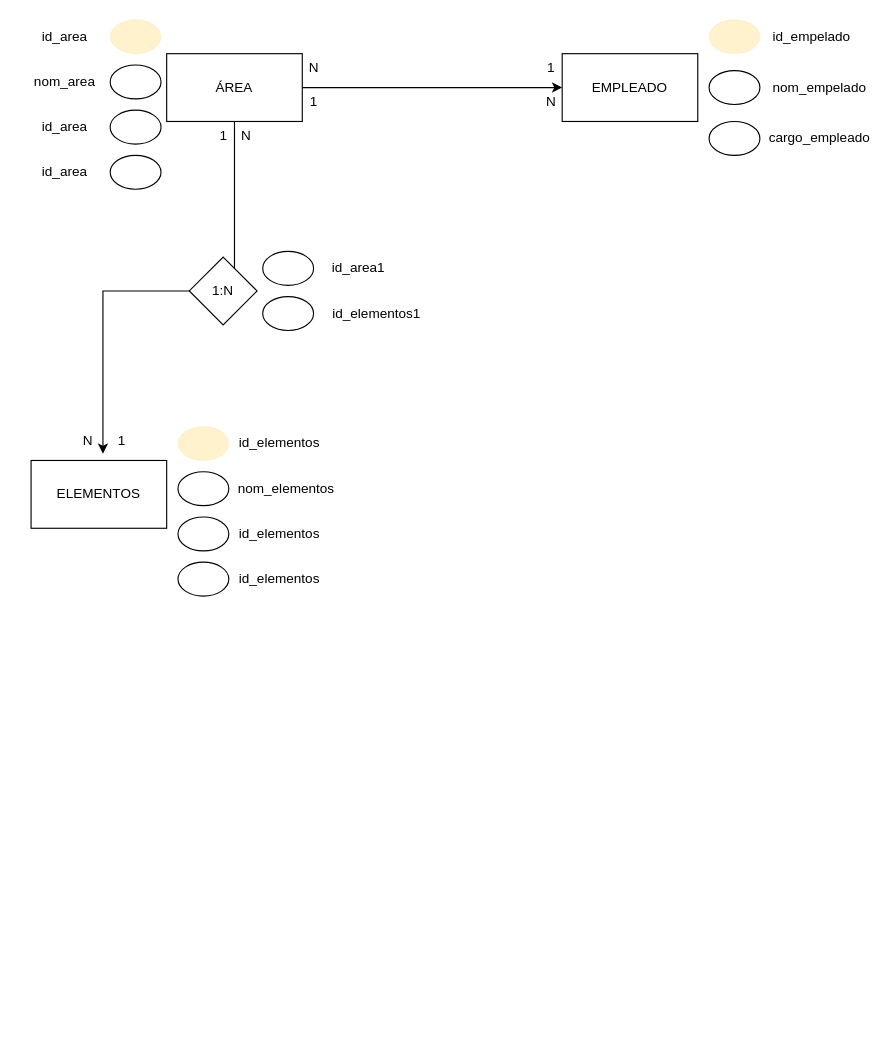
This is Diagrama de Incio.drawio from Anacon4/Home, a draw.io file, before an edit. Source tidied: cells renumbered, new cells numbered last; positions are measured from the earlier drawing's top-left corner, leaving out a move shared by most shapes. Both pictures are drawn from the tidied source at 113%, with x=0, y=0 at pixel (19, 19).
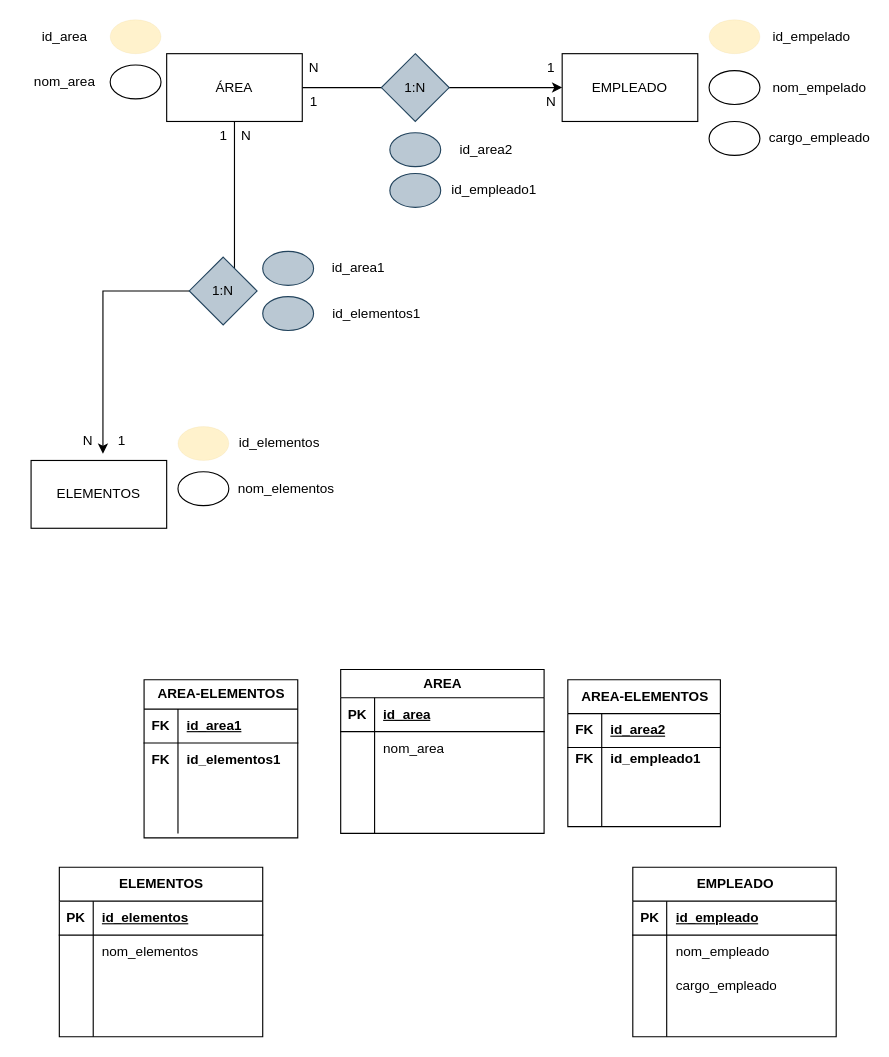
The same page after the edit.

Change to the diagram source:
```diff
@@
-    <mxCell id="19" style="ellipse;whiteSpace=wrap;html=1;strokeWidth=1;" parent="1" vertex="1">
-      <mxGeometry x="80" y="80" width="45" height="30" as="geometry" />
-    </mxCell>
-    <mxCell id="20" value="id_area" style="text;html=1;strokeColor=none;fillColor=none;align=center;verticalAlign=middle;whiteSpace=wrap;rounded=0;" parent="1" vertex="1">
-      <mxGeometry y="80" width="80" height="30" as="geometry" />
-    </mxCell>
-    <mxCell id="21" style="ellipse;whiteSpace=wrap;html=1;strokeWidth=1;" parent="1" vertex="1">
-      <mxGeometry x="80" y="120" width="45" height="30" as="geometry" />
-    </mxCell>
-    <mxCell id="22" value="id_area" style="text;html=1;strokeColor=none;fillColor=none;align=center;verticalAlign=middle;whiteSpace=wrap;rounded=0;" parent="1" vertex="1">
-      <mxGeometry y="120" width="80" height="30" as="geometry" />
-    </mxCell>
@@
-    <mxCell id="25" style="ellipse;whiteSpace=wrap;html=1;strokeWidth=1;" parent="1" vertex="1">
-      <mxGeometry x="140" y="440" width="45" height="30" as="geometry" />
-    </mxCell>
-    <mxCell id="26" value="id_elementos" style="text;html=1;strokeColor=none;fillColor=none;align=center;verticalAlign=middle;whiteSpace=wrap;rounded=0;" parent="1" vertex="1">
-      <mxGeometry x="190" y="440" width="80" height="30" as="geometry" />
-    </mxCell>
-    <mxCell id="27" style="ellipse;whiteSpace=wrap;html=1;strokeWidth=1;" parent="1" vertex="1">
-      <mxGeometry x="140" y="480" width="45" height="30" as="geometry" />
-    </mxCell>
-    <mxCell id="28" value="id_elementos" style="text;html=1;strokeColor=none;fillColor=none;align=center;verticalAlign=middle;whiteSpace=wrap;rounded=0;" parent="1" vertex="1">
-      <mxGeometry x="190" y="480" width="80" height="30" as="geometry" />
-    </mxCell>
@@
-    <mxCell id="37" value="1:N" style="rhombus;whiteSpace=wrap;html=1;" parent="1" vertex="1">
+    <mxCell id="37" value="1:N" style="rhombus;whiteSpace=wrap;html=1;fillColor=#bac8d3;strokeColor=#23445d;" parent="1" vertex="1">
       <mxGeometry x="150" y="210" width="60" height="60" as="geometry" />
     </mxCell>
-    <mxCell id="38" style="ellipse;whiteSpace=wrap;html=1;strokeWidth=1;" parent="1" vertex="1">
+    <mxCell id="38" style="ellipse;whiteSpace=wrap;html=1;strokeWidth=1;fillColor=#bac8d3;strokeColor=#23445d;" parent="1" vertex="1">
       <mxGeometry x="215" y="205" width="45" height="30" as="geometry" />
     </mxCell>
-    <mxCell id="39" style="ellipse;whiteSpace=wrap;html=1;strokeWidth=1;" parent="1" vertex="1">
+    <mxCell id="39" style="ellipse;whiteSpace=wrap;html=1;strokeWidth=1;fillColor=#bac8d3;strokeColor=#23445d;" parent="1" vertex="1">
       <mxGeometry x="215" y="245" width="45" height="30" as="geometry" />
     </mxCell>
@@
+    <mxCell id="42" value="1:N" style="rhombus;whiteSpace=wrap;html=1;fillColor=#bac8d3;strokeColor=#23445d;" parent="1" vertex="1">
+      <mxGeometry x="320" y="30" width="60" height="60" as="geometry" />
+    </mxCell>
+    <mxCell id="43" style="ellipse;whiteSpace=wrap;html=1;strokeWidth=1;fillColor=#bac8d3;strokeColor=#23445d;" parent="1" vertex="1">
+      <mxGeometry x="327.5" y="100" width="45" height="30" as="geometry" />
+    </mxCell>
+    <mxCell id="44" value="id_area2" style="text;html=1;strokeColor=none;fillColor=none;align=center;verticalAlign=middle;whiteSpace=wrap;rounded=0;" parent="1" vertex="1">
+      <mxGeometry x="372.5" y="100" width="80" height="30" as="geometry" />
+    </mxCell>
+    <mxCell id="45" style="ellipse;whiteSpace=wrap;html=1;strokeWidth=1;fillColor=#bac8d3;strokeColor=#23445d;" parent="1" vertex="1">
+      <mxGeometry x="327.5" y="136" width="45" height="30" as="geometry" />
+    </mxCell>
+    <mxCell id="46" value="id_empleado1" style="text;html=1;strokeColor=none;fillColor=none;align=center;verticalAlign=middle;whiteSpace=wrap;rounded=0;" parent="1" vertex="1">
+      <mxGeometry x="380" y="136" width="80" height="30" as="geometry" />
+    </mxCell>
+    <mxCell id="47" value="ELEMENTOS" style="shape=table;startSize=30;childLayout=tableLayout;rowLines=0;fontStyle=1;align=center;html=1;" parent="1" vertex="1">
+      <mxGeometry x="35" y="750" width="180" height="150" as="geometry" />
+    </mxCell>
+    <mxCell id="48" style="shape=tableRow;horizontal=0;startSize=0;swimlaneHead=0;swimlaneBody=0;fillColor=none;top=0;left=0;right=0;bottom=1;" parent="47" vertex="1">
+      <mxGeometry y="30" width="180" height="30" as="geometry" />
+    </mxCell>
+    <mxCell id="49" value="PK" style="shape=partialRectangle;fillColor=none;top=0;left=0;bottom=0;right=0;fontStyle=1;overflow=hidden;whiteSpace=wrap;html=1;" parent="48" vertex="1">
+      <mxGeometry width="30" height="30" as="geometry" />
+    </mxCell>
+    <mxCell id="50" value="id_elementos" style="shape=partialRectangle;fillColor=none;top=0;left=0;bottom=0;right=0;align=left;spacingLeft=6;fontStyle=5;overflow=hidden;whiteSpace=wrap;html=1;" parent="48" vertex="1">
+      <mxGeometry x="30" width="150" height="30" as="geometry" />
+    </mxCell>
+    <mxCell id="51" style="shape=tableRow;horizontal=0;startSize=0;swimlaneHead=0;swimlaneBody=0;fillColor=none;top=0;left=0;right=0;bottom=0;" parent="47" vertex="1">
+      <mxGeometry y="60" width="180" height="30" as="geometry" />
+    </mxCell>
+    <mxCell id="52" style="shape=partialRectangle;fillColor=none;top=0;left=0;bottom=0;right=0;overflow=hidden;whiteSpace=wrap;html=1;" parent="51" vertex="1">
+      <mxGeometry width="30" height="30" as="geometry" />
+    </mxCell>
+    <mxCell id="53" value="nom_elementos" style="shape=partialRectangle;fillColor=none;top=0;left=0;bottom=0;right=0;align=left;spacingLeft=6;overflow=hidden;whiteSpace=wrap;html=1;" parent="51" vertex="1">
+      <mxGeometry x="30" width="150" height="30" as="geometry" />
+    </mxCell>
+    <mxCell id="54" style="shape=tableRow;horizontal=0;startSize=0;swimlaneHead=0;swimlaneBody=0;fillColor=none;top=0;left=0;right=0;bottom=0;" parent="47" vertex="1">
+      <mxGeometry y="90" width="180" height="30" as="geometry" />
+    </mxCell>
+    <mxCell id="55" style="shape=partialRectangle;fillColor=none;top=0;left=0;bottom=0;right=0;overflow=hidden;whiteSpace=wrap;html=1;" parent="54" vertex="1">
+      <mxGeometry width="30" height="30" as="geometry" />
+    </mxCell>
+    <mxCell id="56" style="shape=partialRectangle;fillColor=none;top=0;left=0;bottom=0;right=0;align=left;spacingLeft=6;overflow=hidden;whiteSpace=wrap;html=1;" parent="54" vertex="1">
+      <mxGeometry x="30" width="150" height="30" as="geometry" />
+    </mxCell>
+    <mxCell id="57" style="shape=tableRow;horizontal=0;startSize=0;swimlaneHead=0;swimlaneBody=0;fillColor=none;top=0;left=0;right=0;bottom=0;" parent="47" vertex="1">
+      <mxGeometry y="120" width="180" height="30" as="geometry" />
+    </mxCell>
+    <mxCell id="58" style="shape=partialRectangle;fillColor=none;top=0;left=0;bottom=0;right=0;overflow=hidden;whiteSpace=wrap;html=1;" parent="57" vertex="1">
+      <mxGeometry width="30" height="30" as="geometry" />
+    </mxCell>
+    <mxCell id="59" style="shape=partialRectangle;fillColor=none;top=0;left=0;bottom=0;right=0;align=left;spacingLeft=6;overflow=hidden;whiteSpace=wrap;html=1;" parent="57" vertex="1">
+      <mxGeometry x="30" width="150" height="30" as="geometry" />
+    </mxCell>
+    <mxCell id="60" value="AREA" style="shape=table;startSize=25;childLayout=tableLayout;rowLines=0;fontStyle=1;align=center;html=1;" parent="1" vertex="1">
+      <mxGeometry x="284" y="575" width="180" height="145" as="geometry" />
+    </mxCell>
+    <mxCell id="61" style="shape=tableRow;horizontal=0;startSize=0;swimlaneHead=0;swimlaneBody=0;fillColor=none;top=0;left=0;right=0;bottom=1;" parent="60" vertex="1">
+      <mxGeometry y="25" width="180" height="30" as="geometry" />
+    </mxCell>
+    <mxCell id="62" value="PK" style="shape=partialRectangle;fillColor=none;top=0;left=0;bottom=0;right=0;fontStyle=1;overflow=hidden;whiteSpace=wrap;html=1;" parent="61" vertex="1">
+      <mxGeometry width="30" height="30" as="geometry" />
+    </mxCell>
+    <mxCell id="63" value="id_area" style="shape=partialRectangle;fillColor=none;top=0;left=0;bottom=0;right=0;align=left;spacingLeft=6;fontStyle=5;overflow=hidden;whiteSpace=wrap;html=1;" parent="61" vertex="1">
+      <mxGeometry x="30" width="150" height="30" as="geometry" />
+    </mxCell>
+    <mxCell id="64" style="shape=tableRow;horizontal=0;startSize=0;swimlaneHead=0;swimlaneBody=0;fillColor=none;top=0;left=0;right=0;bottom=0;" parent="60" vertex="1">
+      <mxGeometry y="55" width="180" height="30" as="geometry" />
+    </mxCell>
+    <mxCell id="65" style="shape=partialRectangle;fillColor=none;top=0;left=0;bottom=0;right=0;overflow=hidden;whiteSpace=wrap;html=1;" parent="64" vertex="1">
+      <mxGeometry width="30" height="30" as="geometry" />
+    </mxCell>
+    <mxCell id="66" value="nom_area" style="shape=partialRectangle;fillColor=none;top=0;left=0;bottom=0;right=0;align=left;spacingLeft=6;overflow=hidden;whiteSpace=wrap;html=1;" parent="64" vertex="1">
+      <mxGeometry x="30" width="150" height="30" as="geometry" />
+    </mxCell>
+    <mxCell id="67" style="shape=tableRow;horizontal=0;startSize=0;swimlaneHead=0;swimlaneBody=0;fillColor=none;top=0;left=0;right=0;bottom=0;" parent="60" vertex="1">
+      <mxGeometry y="85" width="180" height="30" as="geometry" />
+    </mxCell>
+    <mxCell id="68" style="shape=partialRectangle;fillColor=none;top=0;left=0;bottom=0;right=0;overflow=hidden;whiteSpace=wrap;html=1;" parent="67" vertex="1">
+      <mxGeometry width="30" height="30" as="geometry" />
+    </mxCell>
+    <mxCell id="69" style="shape=partialRectangle;fillColor=none;top=0;left=0;bottom=0;right=0;align=left;spacingLeft=6;overflow=hidden;whiteSpace=wrap;html=1;" parent="67" vertex="1">
+      <mxGeometry x="30" width="150" height="30" as="geometry" />
+    </mxCell>
+    <mxCell id="70" style="shape=tableRow;horizontal=0;startSize=0;swimlaneHead=0;swimlaneBody=0;fillColor=none;top=0;left=0;right=0;bottom=0;" parent="60" vertex="1">
+      <mxGeometry y="115" width="180" height="30" as="geometry" />
+    </mxCell>
+    <mxCell id="71" style="shape=partialRectangle;fillColor=none;top=0;left=0;bottom=0;right=0;overflow=hidden;whiteSpace=wrap;html=1;" parent="70" vertex="1">
+      <mxGeometry width="30" height="30" as="geometry" />
+    </mxCell>
+    <mxCell id="72" style="shape=partialRectangle;fillColor=none;top=0;left=0;bottom=0;right=0;align=left;spacingLeft=6;overflow=hidden;whiteSpace=wrap;html=1;" parent="70" vertex="1">
+      <mxGeometry x="30" width="150" height="30" as="geometry" />
+    </mxCell>
+    <mxCell id="73" value="EMPLEADO" style="shape=table;startSize=30;childLayout=tableLayout;rowLines=0;fontStyle=1;align=center;html=1;" parent="1" vertex="1">
+      <mxGeometry x="542.5" y="750" width="180" height="150" as="geometry" />
+    </mxCell>
+    <mxCell id="74" style="shape=tableRow;horizontal=0;startSize=0;swimlaneHead=0;swimlaneBody=0;fillColor=none;top=0;left=0;right=0;bottom=1;" parent="73" vertex="1">
+      <mxGeometry y="30" width="180" height="30" as="geometry" />
+    </mxCell>
+    <mxCell id="75" value="PK" style="shape=partialRectangle;fillColor=none;top=0;left=0;bottom=0;right=0;fontStyle=1;overflow=hidden;whiteSpace=wrap;html=1;" parent="74" vertex="1">
+      <mxGeometry width="30" height="30" as="geometry" />
+    </mxCell>
+    <mxCell id="76" value="id_empleado" style="shape=partialRectangle;fillColor=none;top=0;left=0;bottom=0;right=0;align=left;spacingLeft=6;fontStyle=5;overflow=hidden;whiteSpace=wrap;html=1;" parent="74" vertex="1">
+      <mxGeometry x="30" width="150" height="30" as="geometry" />
+    </mxCell>
+    <mxCell id="77" style="shape=tableRow;horizontal=0;startSize=0;swimlaneHead=0;swimlaneBody=0;fillColor=none;top=0;left=0;right=0;bottom=0;" parent="73" vertex="1">
+      <mxGeometry y="60" width="180" height="30" as="geometry" />
+    </mxCell>
+    <mxCell id="78" style="shape=partialRectangle;fillColor=none;top=0;left=0;bottom=0;right=0;overflow=hidden;whiteSpace=wrap;html=1;" parent="77" vertex="1">
+      <mxGeometry width="30" height="30" as="geometry" />
+    </mxCell>
+    <mxCell id="79" value="nom_empleado" style="shape=partialRectangle;fillColor=none;top=0;left=0;bottom=0;right=0;align=left;spacingLeft=6;overflow=hidden;whiteSpace=wrap;html=1;" parent="77" vertex="1">
+      <mxGeometry x="30" width="150" height="30" as="geometry" />
+    </mxCell>
+    <mxCell id="80" style="shape=tableRow;horizontal=0;startSize=0;swimlaneHead=0;swimlaneBody=0;fillColor=none;top=0;left=0;right=0;bottom=0;" parent="73" vertex="1">
+      <mxGeometry y="90" width="180" height="30" as="geometry" />
+    </mxCell>
+    <mxCell id="81" style="shape=partialRectangle;fillColor=none;top=0;left=0;bottom=0;right=0;overflow=hidden;whiteSpace=wrap;html=1;" parent="80" vertex="1">
+      <mxGeometry width="30" height="30" as="geometry" />
+    </mxCell>
+    <mxCell id="82" value="cargo_empleado" style="shape=partialRectangle;fillColor=none;top=0;left=0;bottom=0;right=0;align=left;spacingLeft=6;overflow=hidden;whiteSpace=wrap;html=1;" parent="80" vertex="1">
+      <mxGeometry x="30" width="150" height="30" as="geometry" />
+    </mxCell>
+    <mxCell id="83" style="shape=tableRow;horizontal=0;startSize=0;swimlaneHead=0;swimlaneBody=0;fillColor=none;top=0;left=0;right=0;bottom=0;" parent="73" vertex="1">
+      <mxGeometry y="120" width="180" height="30" as="geometry" />
+    </mxCell>
+    <mxCell id="84" style="shape=partialRectangle;fillColor=none;top=0;left=0;bottom=0;right=0;overflow=hidden;whiteSpace=wrap;html=1;" parent="83" vertex="1">
+      <mxGeometry width="30" height="30" as="geometry" />
+    </mxCell>
+    <mxCell id="85" style="shape=partialRectangle;fillColor=none;top=0;left=0;bottom=0;right=0;align=left;spacingLeft=6;overflow=hidden;whiteSpace=wrap;html=1;" parent="83" vertex="1">
+      <mxGeometry x="30" width="150" height="30" as="geometry" />
+    </mxCell>
+    <mxCell id="86" value="AREA-ELEMENTOS" style="shape=table;startSize=30;childLayout=tableLayout;rowLines=0;fontStyle=1;align=center;html=1;" parent="1" vertex="1">
+      <mxGeometry x="485" y="584" width="135" height="130" as="geometry" />
+    </mxCell>
+    <mxCell id="87" style="shape=tableRow;horizontal=0;startSize=0;swimlaneHead=0;swimlaneBody=0;fillColor=none;top=0;left=0;right=0;bottom=1;" parent="86" vertex="1">
+      <mxGeometry y="30" width="135" height="30" as="geometry" />
+    </mxCell>
+    <mxCell id="88" value="FK" style="shape=partialRectangle;fillColor=none;top=0;left=0;bottom=0;right=0;fontStyle=1;overflow=hidden;whiteSpace=wrap;html=1;" parent="87" vertex="1">
+      <mxGeometry width="30" height="30" as="geometry" />
+    </mxCell>
+    <mxCell id="89" value="id_area2" style="shape=partialRectangle;fillColor=none;top=0;left=0;bottom=0;right=0;align=left;spacingLeft=6;fontStyle=5;overflow=hidden;whiteSpace=wrap;html=1;" parent="87" vertex="1">
+      <mxGeometry x="30" width="105" height="30" as="geometry" />
+    </mxCell>
+    <mxCell id="90" style="shape=tableRow;horizontal=0;startSize=0;swimlaneHead=0;swimlaneBody=0;fillColor=none;top=0;left=0;right=0;bottom=0;" parent="86" vertex="1">
+      <mxGeometry y="60" width="135" height="20" as="geometry" />
+    </mxCell>
+    <mxCell id="91" value="FK" style="shape=partialRectangle;fillColor=none;top=0;left=0;bottom=0;right=0;overflow=hidden;whiteSpace=wrap;html=1;fontStyle=1;" parent="90" vertex="1">
+      <mxGeometry width="30" height="20" as="geometry" />
+    </mxCell>
+    <mxCell id="92" value="id_empleado1" style="shape=partialRectangle;fillColor=none;top=0;left=0;bottom=0;right=0;align=left;spacingLeft=6;overflow=hidden;whiteSpace=wrap;html=1;fontStyle=1;" parent="90" vertex="1">
+      <mxGeometry x="30" width="105" height="20" as="geometry" />
+    </mxCell>
+    <mxCell id="93" style="shape=tableRow;horizontal=0;startSize=0;swimlaneHead=0;swimlaneBody=0;fillColor=none;top=0;left=0;right=0;bottom=0;" parent="86" vertex="1">
+      <mxGeometry y="80" width="135" height="30" as="geometry" />
+    </mxCell>
+    <mxCell id="94" style="shape=partialRectangle;fillColor=none;top=0;left=0;bottom=0;right=0;overflow=hidden;whiteSpace=wrap;html=1;" parent="93" vertex="1">
+      <mxGeometry width="30" height="30" as="geometry" />
+    </mxCell>
+    <mxCell id="95" style="shape=partialRectangle;fillColor=none;top=0;left=0;bottom=0;right=0;align=left;spacingLeft=6;overflow=hidden;whiteSpace=wrap;html=1;" parent="93" vertex="1">
+      <mxGeometry x="30" width="105" height="30" as="geometry" />
+    </mxCell>
+    <mxCell id="96" style="shape=tableRow;horizontal=0;startSize=0;swimlaneHead=0;swimlaneBody=0;fillColor=none;top=0;left=0;right=0;bottom=0;" parent="86" vertex="1">
+      <mxGeometry y="110" width="135" height="20" as="geometry" />
+    </mxCell>
+    <mxCell id="97" style="shape=partialRectangle;fillColor=none;top=0;left=0;bottom=0;right=0;overflow=hidden;whiteSpace=wrap;html=1;" parent="96" vertex="1">
+      <mxGeometry width="30" height="20" as="geometry" />
+    </mxCell>
+    <mxCell id="98" style="shape=partialRectangle;fillColor=none;top=0;left=0;bottom=0;right=0;align=left;spacingLeft=6;overflow=hidden;whiteSpace=wrap;html=1;" parent="96" vertex="1">
+      <mxGeometry x="30" width="105" height="20" as="geometry" />
+    </mxCell>
+    <mxCell id="99" value="AREA-ELEMENTOS" style="shape=table;startSize=26;childLayout=tableLayout;rowLines=0;fontStyle=1;align=center;html=1;" parent="1" vertex="1">
+      <mxGeometry x="110" y="584" width="136" height="140" as="geometry" />
+    </mxCell>
+    <mxCell id="100" style="shape=tableRow;horizontal=0;startSize=0;swimlaneHead=0;swimlaneBody=0;fillColor=none;top=0;left=0;right=0;bottom=1;" parent="99" vertex="1">
+      <mxGeometry y="26" width="136" height="30" as="geometry" />
+    </mxCell>
+    <mxCell id="101" value="FK" style="shape=partialRectangle;fillColor=none;top=0;left=0;bottom=0;right=0;fontStyle=1;overflow=hidden;whiteSpace=wrap;html=1;" parent="100" vertex="1">
+      <mxGeometry width="30" height="30" as="geometry" />
+    </mxCell>
+    <mxCell id="102" value="id_area1" style="shape=partialRectangle;fillColor=none;top=0;left=0;bottom=0;right=0;align=left;spacingLeft=6;fontStyle=5;overflow=hidden;whiteSpace=wrap;html=1;" parent="100" vertex="1">
+      <mxGeometry x="30" width="106" height="30" as="geometry" />
+    </mxCell>
+    <mxCell id="103" style="shape=tableRow;horizontal=0;startSize=0;swimlaneHead=0;swimlaneBody=0;fillColor=none;top=0;left=0;right=0;bottom=0;" parent="99" vertex="1">
+      <mxGeometry y="56" width="136" height="30" as="geometry" />
+    </mxCell>
+    <mxCell id="104" value="&lt;b&gt;FK&lt;/b&gt;" style="shape=partialRectangle;fillColor=none;top=0;left=0;bottom=0;right=0;overflow=hidden;whiteSpace=wrap;html=1;" parent="103" vertex="1">
+      <mxGeometry width="30" height="30" as="geometry" />
+    </mxCell>
+    <mxCell id="105" value="&lt;b&gt;id_elementos1&lt;/b&gt;" style="shape=partialRectangle;fillColor=none;top=0;left=0;bottom=0;right=0;align=left;spacingLeft=6;overflow=hidden;whiteSpace=wrap;html=1;" parent="103" vertex="1">
+      <mxGeometry x="30" width="106" height="30" as="geometry" />
+    </mxCell>
+    <mxCell id="106" style="shape=tableRow;horizontal=0;startSize=0;swimlaneHead=0;swimlaneBody=0;fillColor=none;top=0;left=0;right=0;bottom=0;" parent="99" vertex="1">
+      <mxGeometry y="86" width="136" height="30" as="geometry" />
+    </mxCell>
+    <mxCell id="107" style="shape=partialRectangle;fillColor=none;top=0;left=0;bottom=0;right=0;overflow=hidden;whiteSpace=wrap;html=1;" parent="106" vertex="1">
+      <mxGeometry width="30" height="30" as="geometry" />
+    </mxCell>
+    <mxCell id="108" style="shape=partialRectangle;fillColor=none;top=0;left=0;bottom=0;right=0;align=left;spacingLeft=6;overflow=hidden;whiteSpace=wrap;html=1;" parent="106" vertex="1">
+      <mxGeometry x="30" width="106" height="30" as="geometry" />
+    </mxCell>
+    <mxCell id="109" style="shape=tableRow;horizontal=0;startSize=0;swimlaneHead=0;swimlaneBody=0;fillColor=none;top=0;left=0;right=0;bottom=0;" parent="99" vertex="1">
+      <mxGeometry y="116" width="136" height="20" as="geometry" />
+    </mxCell>
+    <mxCell id="110" style="shape=partialRectangle;fillColor=none;top=0;left=0;bottom=0;right=0;overflow=hidden;whiteSpace=wrap;html=1;" parent="109" vertex="1">
+      <mxGeometry width="30" height="20" as="geometry" />
+    </mxCell>
+    <mxCell id="111" style="shape=partialRectangle;fillColor=none;top=0;left=0;bottom=0;right=0;align=left;spacingLeft=6;overflow=hidden;whiteSpace=wrap;html=1;" parent="109" vertex="1">
+      <mxGeometry x="30" width="106" height="20" as="geometry" />
+    </mxCell>
```
